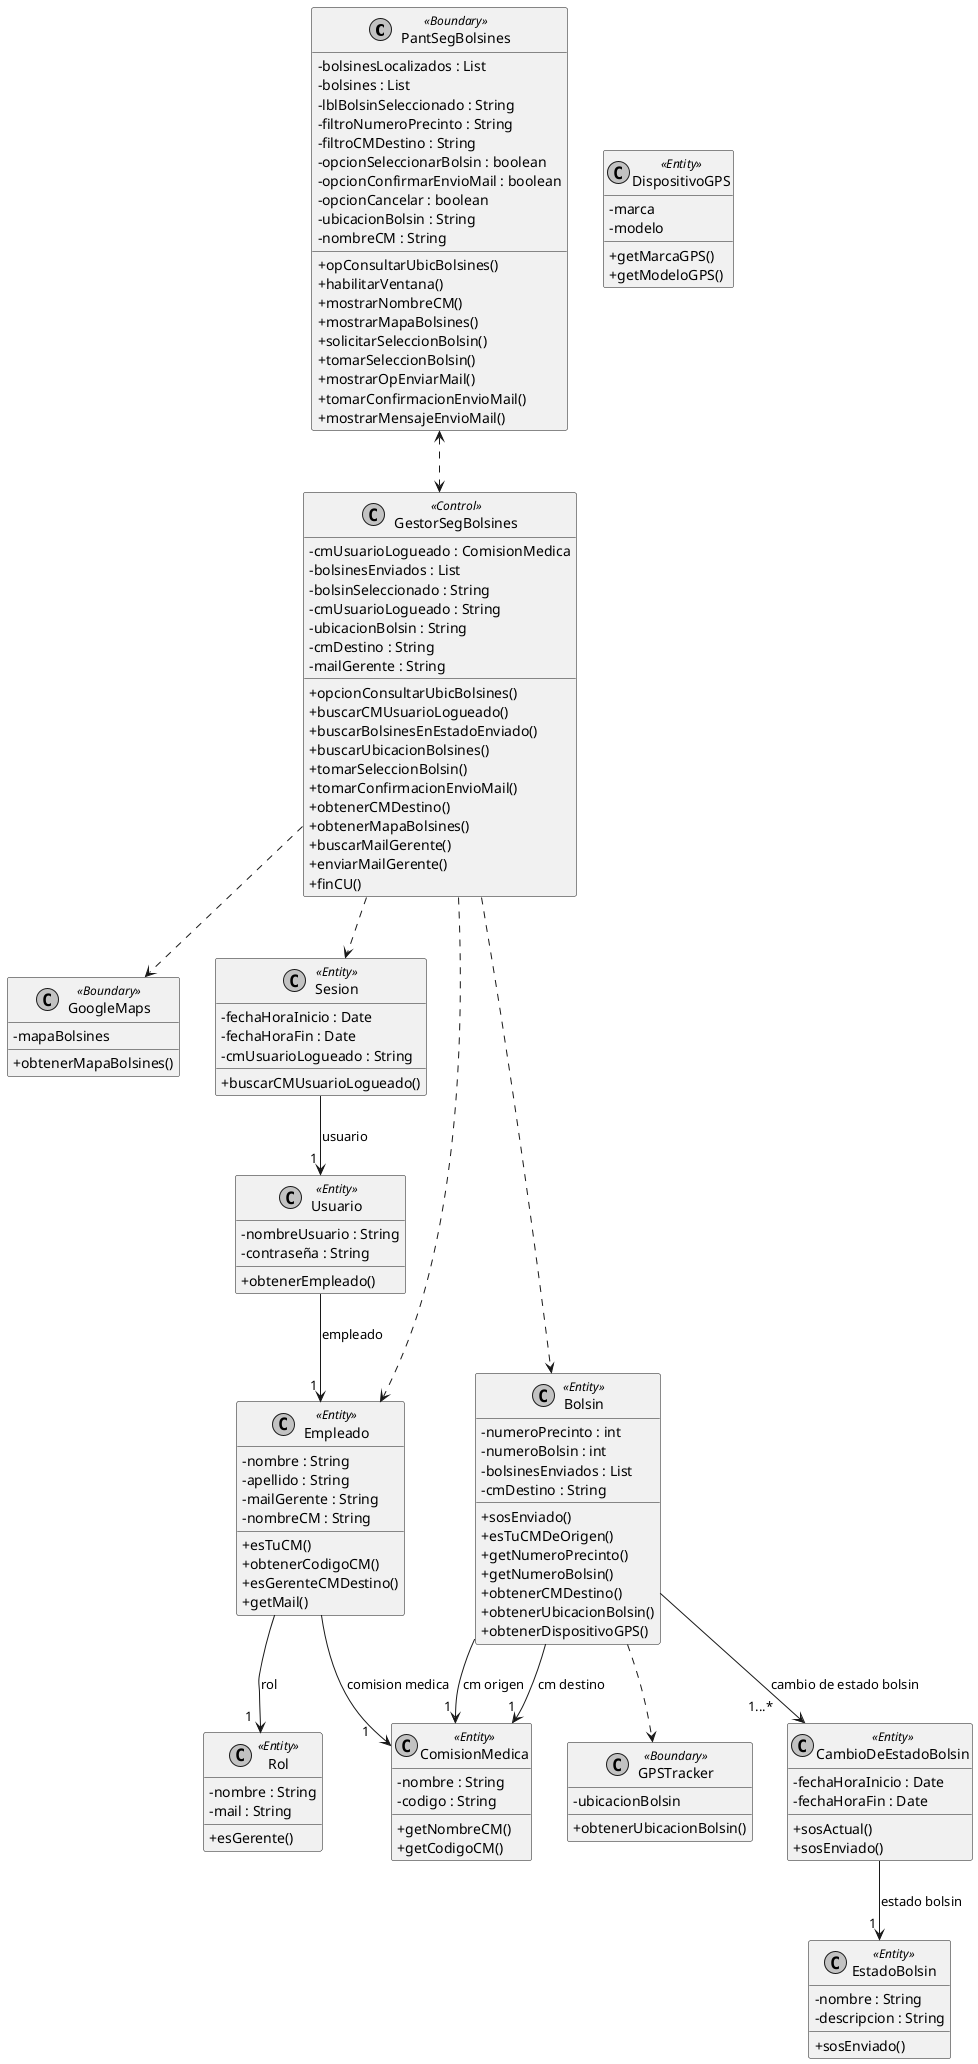
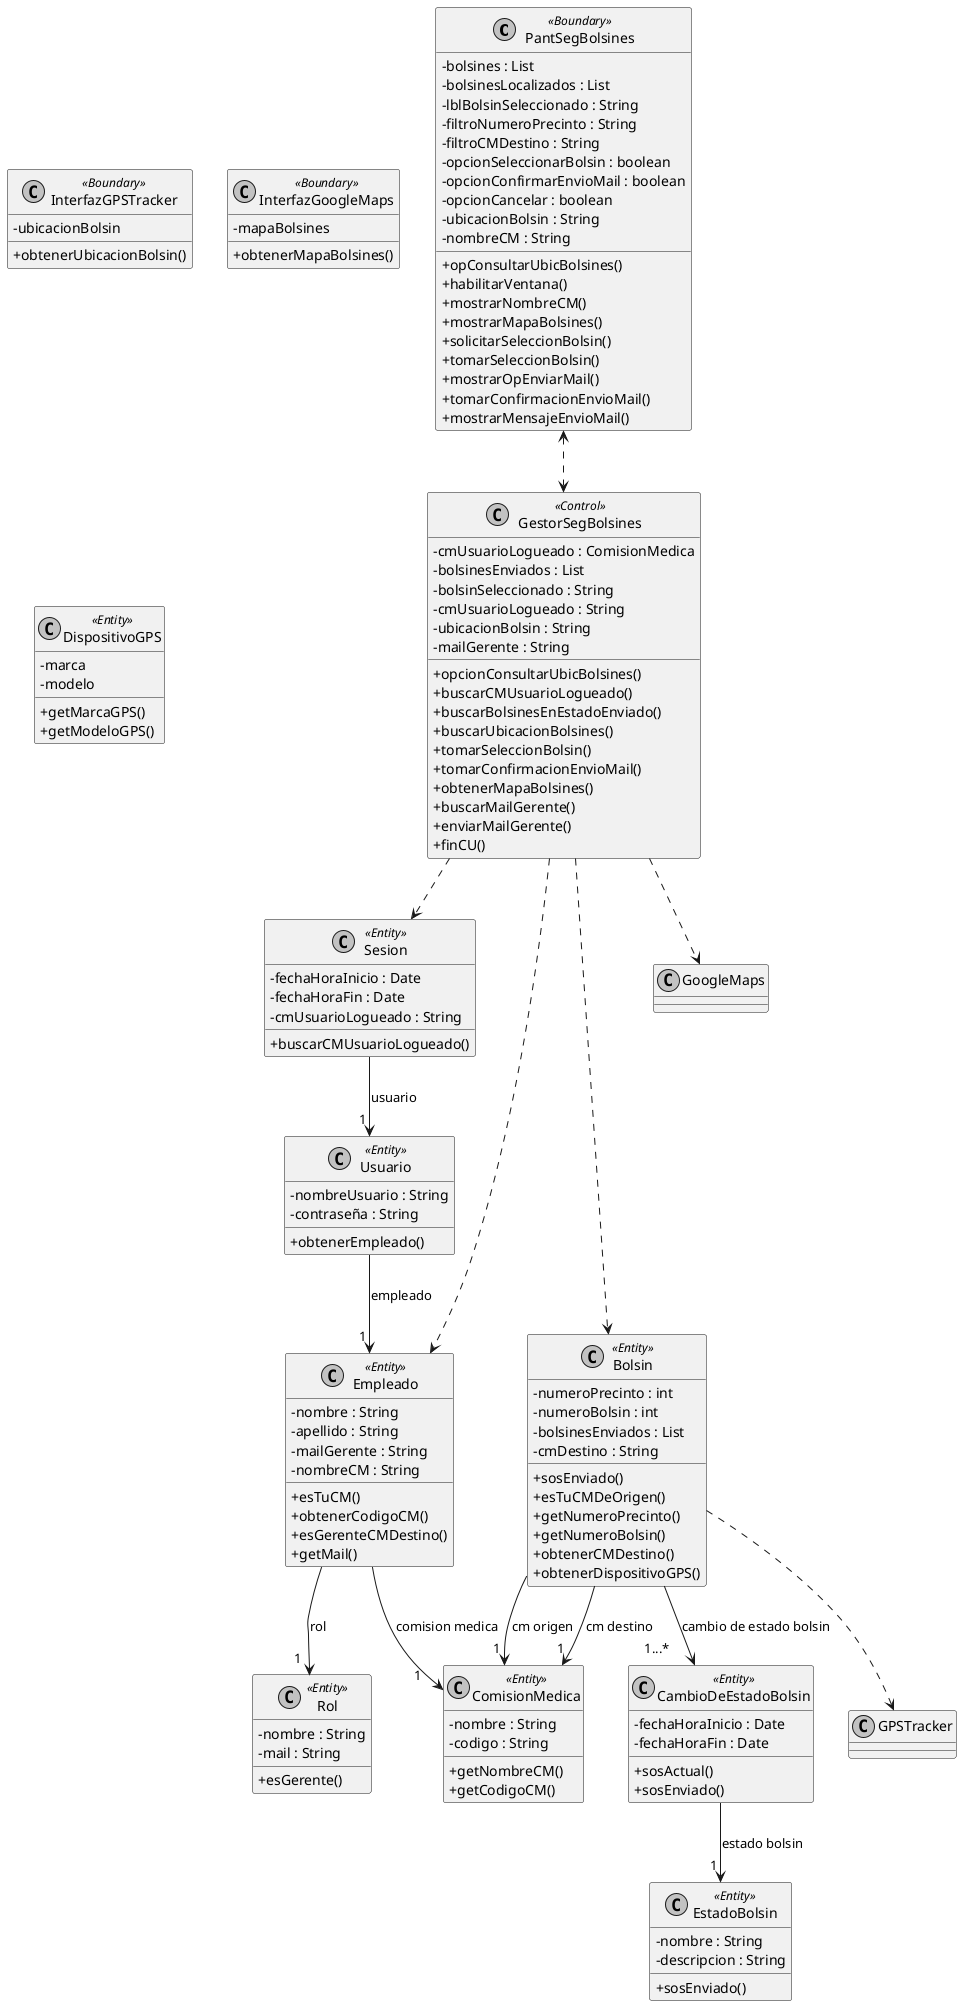
@startuml DiagramaClasesSoporte
skinparam classAttributeIconSize 0
skinparam monochrome true
skinparam shadowing false

' ==========================================
' CLASES BOUNDARY Y CONTROL
' ==========================================
class PantSegBolsines <<Boundary>> {
+   - bolsines : List
  - bolsinesLocalizados : List
-   - bolsines : List
  - lblBolsinSeleccionado : String
  - filtroNumeroPrecinto : String
  - filtroCMDestino : String
  - opcionSeleccionarBolsin : boolean
  - opcionConfirmarEnvioMail : boolean
  - opcionCancelar : boolean
  - ubicacionBolsin : String
  - nombreCM : String

  + opConsultarUbicBolsines()
  + habilitarVentana()
  + mostrarNombreCM()
  + mostrarMapaBolsines()
  + solicitarSeleccionBolsin()
  + tomarSeleccionBolsin()
  + mostrarOpEnviarMail()
  + tomarConfirmacionEnvioMail()
  + mostrarMensajeEnvioMail()
}

class GestorSegBolsines <<Control>> {
  - cmUsuarioLogueado : ComisionMedica
  - bolsinesEnviados : List
  - bolsinSeleccionado : String
  - cmUsuarioLogueado : String
  - ubicacionBolsin : String
-   - cmDestino : String
  - mailGerente : String

  + opcionConsultarUbicBolsines()
  + buscarCMUsuarioLogueado()
  + buscarBolsinesEnEstadoEnviado()
  + buscarUbicacionBolsines()
  + tomarSeleccionBolsin()
  + tomarConfirmacionEnvioMail()
-   + obtenerCMDestino()
  + obtenerMapaBolsines()
  + buscarMailGerente()
  + enviarMailGerente()
  + finCU()
}

- class GPSTracker <<Boundary>> {
+ class InterfazGPSTracker <<Boundary>> {
  - ubicacionBolsin

  + obtenerUbicacionBolsin()
}

- class GoogleMaps <<Boundary>> {
+ class InterfazGoogleMaps <<Boundary>> {
  - mapaBolsines

  + obtenerMapaBolsines()
}

' ==========================================
' ENTIDADES DE DOMINIO
' ==========================================
class Sesion <<Entity>> {
  - fechaHoraInicio : Date
  - fechaHoraFin : Date
  - cmUsuarioLogueado : String

  + buscarCMUsuarioLogueado()
}

class Usuario <<Entity>> {
  - nombreUsuario : String
  - contraseña : String

  + obtenerEmpleado()
}

class Empleado <<Entity>> {
  - nombre : String
  - apellido : String
  - mailGerente : String
  - nombreCM : String

  + esTuCM()
  + obtenerCodigoCM()
  + esGerenteCMDestino()
  + getMail()
}

class Rol <<Entity>> {
  - nombre : String
  - mail : String

  + esGerente()
}

class ComisionMedica <<Entity>> {
  - nombre : String
  - codigo : String

  + getNombreCM()
  + getCodigoCM()
}

class Bolsin <<Entity>> {
  - numeroPrecinto : int
  - numeroBolsin : int
  - bolsinesEnviados : List
  - cmDestino : String

  + sosEnviado()
  + esTuCMDeOrigen()
  + getNumeroPrecinto()
  + getNumeroBolsin()
  + obtenerCMDestino()
-   + obtenerUbicacionBolsin()
  + obtenerDispositivoGPS()
}

class CambioDeEstadoBolsin <<Entity>> {
  - fechaHoraInicio : Date
  - fechaHoraFin : Date

  + sosActual()
  + sosEnviado()
}

class EstadoBolsin <<Entity>> {
  - nombre : String
  - descripcion : String

  + sosEnviado()
}

class DispositivoGPS <<Entity>> {
  - marca
  - modelo

  + getMarcaGPS()
  + getModeloGPS()

}
' ==========================================
' RELACIONES
' ==========================================

' Relaciones Pantalla - Gestor (Conocimiento mutuo, flechas punteadas)
PantSegBolsines <..> GestorSegBolsines

' Relaciones Gestor - Entidades (Conoce a las que llama directamente por flechas punteadas)
GestorSegBolsines ..> Sesion
GestorSegBolsines ..> Bolsin
Bolsin ..> GPSTracker
GestorSegBolsines ..> GoogleMaps
GestorSegBolsines ..> Empleado

' Relaciones de Dominio (Como el Modelo de Dominio Clásico - Flechas sólidas)
Sesion --> "1 " Usuario : usuario
Usuario --> "1 " Empleado : empleado
Empleado  --> "1    " ComisionMedica : comision medica
Empleado  --> "1  " Rol : rol
Bolsin  --> "1 " ComisionMedica : cm origen
Bolsin  --> "1 " ComisionMedica : cm destino
Bolsin  --> "1...*      " CambioDeEstadoBolsin : cambio de estado bolsin
CambioDeEstadoBolsin --> "1 " EstadoBolsin : estado bolsin

@enduml